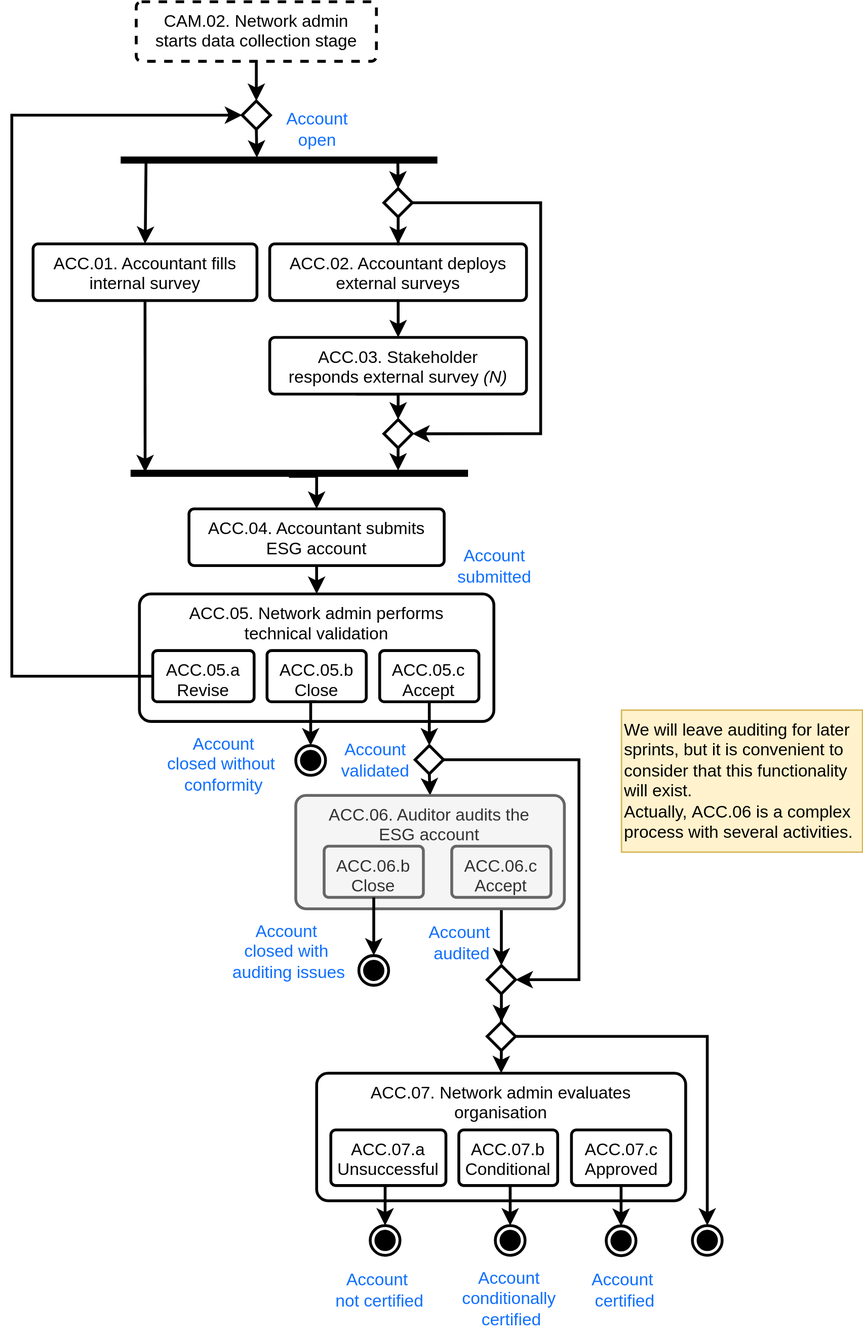
Earlier version of the draw.io export Process/ProcessACC.svg (Show-your-Heart/ShowYourHeart-docs). Source tidied: cells renumbered, new cells last; positions are measured from the earlier drawing's top-left corner, leaving out a move shared by most shapes.
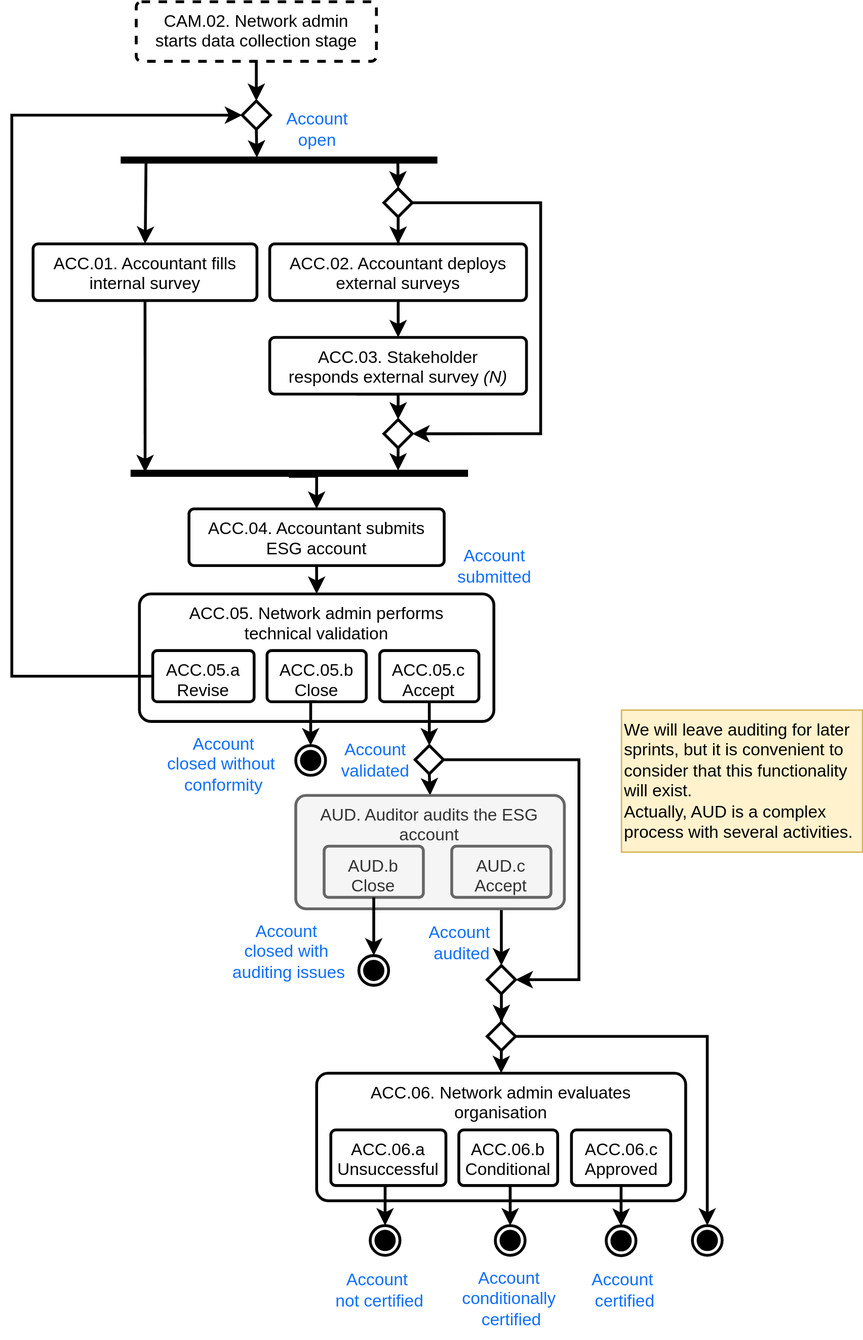
The same file after the commit.

Diff of the diagram source:
```diff
@@ -106,13 +106,13 @@
     <mxCell id="31" value="ACC.05.c&lt;div&gt;Accept&lt;br&gt;&lt;/div&gt;" style="rounded=1;whiteSpace=wrap;html=1;shadow=0;verticalAlign=top;spacingLeft=10;spacingRight=10;arcSize=9;strokeWidth=2;" parent="1" vertex="1">
       <mxGeometry x="259.5" y="457.8" width="70" height="36.1" as="geometry" />
     </mxCell>
-    <mxCell id="32" value="ACC.06. Auditor audits the ESG account" style="rounded=1;whiteSpace=wrap;html=1;shadow=0;verticalAlign=top;spacingLeft=10;spacingRight=10;arcSize=9;strokeWidth=2;fillColor=#f5f5f5;fontColor=#333333;strokeColor=#666666;" parent="1" vertex="1">
+    <mxCell id="32" value="AUD. Auditor audits the ESG account" style="rounded=1;whiteSpace=wrap;html=1;shadow=0;verticalAlign=top;spacingLeft=10;spacingRight=10;arcSize=9;strokeWidth=2;fillColor=#f5f5f5;fontColor=#333333;strokeColor=#666666;" parent="1" vertex="1">
       <mxGeometry x="200.3" y="560" width="189.4" height="80" as="geometry" />
     </mxCell>
-    <mxCell id="33" value="ACC.06.b&lt;div&gt;Close&lt;br&gt;&lt;/div&gt;" style="rounded=1;whiteSpace=wrap;html=1;shadow=0;verticalAlign=top;spacingLeft=10;spacingRight=10;arcSize=9;strokeWidth=2;fillColor=#f5f5f5;fontColor=#333333;strokeColor=#666666;" parent="1" vertex="1">
+    <mxCell id="33" value="AUD.b&lt;div&gt;Close&lt;br&gt;&lt;/div&gt;" style="rounded=1;whiteSpace=wrap;html=1;shadow=0;verticalAlign=top;spacingLeft=10;spacingRight=10;arcSize=9;strokeWidth=2;fillColor=#f5f5f5;fontColor=#333333;strokeColor=#666666;" parent="1" vertex="1">
       <mxGeometry x="220.3" y="595.8" width="70" height="36.1" as="geometry" />
     </mxCell>
-    <mxCell id="34" value="ACC.06.c&lt;div&gt;Accept&lt;br&gt;&lt;/div&gt;" style="rounded=1;whiteSpace=wrap;html=1;shadow=0;verticalAlign=top;spacingLeft=10;spacingRight=10;arcSize=9;strokeWidth=2;fillColor=#f5f5f5;fontColor=#333333;strokeColor=#666666;" parent="1" vertex="1">
+    <mxCell id="34" value="AUD.c&lt;div&gt;Accept&lt;br&gt;&lt;/div&gt;" style="rounded=1;whiteSpace=wrap;html=1;shadow=0;verticalAlign=top;spacingLeft=10;spacingRight=10;arcSize=9;strokeWidth=2;fillColor=#f5f5f5;fontColor=#333333;strokeColor=#666666;" parent="1" vertex="1">
       <mxGeometry x="310.3" y="595.8" width="70" height="36.1" as="geometry" />
     </mxCell>
     <mxCell id="35" style="rounded=0;jumpStyle=sharp;jettySize=auto;html=1;exitX=0.5;exitY=1;exitDx=0;exitDy=0;entryX=0.5;entryY=0;entryDx=0;entryDy=0;strokeWidth=2;" parent="1" edge="1" source="66" target="36">
@@ -159,19 +159,19 @@
     <mxCell id="47" style="ellipse;html=1;shape=endState;fillColor=#000000;strokeColor=#000000;strokeWidth=2;" parent="1" vertex="1">
       <mxGeometry x="244.8" y="673" width="21" height="21" as="geometry" />
     </mxCell>
-    <mxCell id="48" value="ACC.07. Network admin evaluates organisation" style="rounded=1;whiteSpace=wrap;html=1;shadow=0;verticalAlign=top;spacingLeft=10;spacingRight=10;arcSize=9;strokeWidth=2;" parent="1" vertex="1">
+    <mxCell id="48" value="ACC.06. Network admin evaluates organisation" style="rounded=1;whiteSpace=wrap;html=1;shadow=0;verticalAlign=top;spacingLeft=10;spacingRight=10;arcSize=9;strokeWidth=2;" parent="1" vertex="1">
       <mxGeometry x="215" y="756" width="260.3" height="90" as="geometry" />
     </mxCell>
-    <mxCell id="49" value="ACC.07.a Unsuccessful" style="rounded=1;whiteSpace=wrap;html=1;shadow=0;verticalAlign=top;spacingLeft=10;spacingRight=10;arcSize=9;strokeWidth=2;" parent="1" vertex="1">
+    <mxCell id="49" value="ACC.06.a Unsuccessful" style="rounded=1;whiteSpace=wrap;html=1;shadow=0;verticalAlign=top;spacingLeft=10;spacingRight=10;arcSize=9;strokeWidth=2;" parent="1" vertex="1">
       <mxGeometry x="225" y="796" width="81.2" height="39.2" as="geometry" />
     </mxCell>
-    <mxCell id="50" value="ACC.07.b&lt;div&gt;Conditional&lt;/div&gt;" style="rounded=1;whiteSpace=wrap;html=1;shadow=0;verticalAlign=top;spacingLeft=10;spacingRight=10;arcSize=9;strokeWidth=2;" parent="1" vertex="1">
+    <mxCell id="50" value="ACC.06.b&lt;div&gt;Conditional&lt;/div&gt;" style="rounded=1;whiteSpace=wrap;html=1;shadow=0;verticalAlign=top;spacingLeft=10;spacingRight=10;arcSize=9;strokeWidth=2;" parent="1" vertex="1">
       <mxGeometry x="315.3" y="796" width="69.7" height="39.2" as="geometry" />
     </mxCell>
     <mxCell id="51" style="edgeStyle=orthogonalEdgeStyle;rounded=0;jettySize=auto;html=1;" parent="1" edge="1" source="52" target="60">
       <mxGeometry relative="1" as="geometry" />
     </mxCell>
-    <mxCell id="52" value="ACC.07.c&lt;div&gt;Approved&lt;br&gt;&lt;/div&gt;" style="rounded=1;whiteSpace=wrap;html=1;shadow=0;verticalAlign=top;spacingLeft=10;spacingRight=10;arcSize=9;strokeWidth=2;" parent="1" vertex="1">
+    <mxCell id="52" value="ACC.06.c&lt;div&gt;Approved&lt;br&gt;&lt;/div&gt;" style="rounded=1;whiteSpace=wrap;html=1;shadow=0;verticalAlign=top;spacingLeft=10;spacingRight=10;arcSize=9;strokeWidth=2;" parent="1" vertex="1">
       <mxGeometry x="394.7" y="796" width="70" height="39.2" as="geometry" />
     </mxCell>
     <mxCell id="53" style="rhombus;whiteSpace=wrap;html=1;strokeWidth=2;" parent="1" vertex="1">
@@ -220,7 +220,7 @@
     <mxCell id="66" value="CAM.02.&amp;nbsp;Network admin starts data collection stage" style="rounded=1;whiteSpace=wrap;html=1;shadow=0;verticalAlign=top;spacingLeft=10;spacingRight=10;arcSize=9;strokeWidth=2;dashed=1;" parent="1" vertex="1">
       <mxGeometry x="87.8" width="169.4" height="42" as="geometry" />
     </mxCell>
-    <mxCell id="67" value="&lt;div&gt;We will leave auditing for later sprints, but it is convenient to consider that this functionality will exist.&lt;/div&gt;&lt;div&gt;Actually,&amp;nbsp;ACC.06 is a complex process with several activities.&lt;br&gt;&lt;/div&gt;&lt;div&gt;&lt;br&gt;&lt;/div&gt;" style="text;html=1;whiteSpace=wrap;overflow=hidden;rounded=0;fillColor=#fff2cc;strokeColor=#d6b656;" parent="1" vertex="1">
+    <mxCell id="67" value="&lt;div&gt;We will leave auditing for later sprints, but it is convenient to consider that this functionality will exist.&lt;/div&gt;&lt;div&gt;Actually, AUD is a complex process with several activities.&lt;br&gt;&lt;/div&gt;&lt;div&gt;&lt;br&gt;&lt;/div&gt;" style="text;html=1;whiteSpace=wrap;overflow=hidden;rounded=0;fillColor=#fff2cc;strokeColor=#d6b656;" parent="1" vertex="1">
       <mxGeometry x="430" y="499.8" width="170" height="100.2" as="geometry" />
     </mxCell>
   </root>
```
